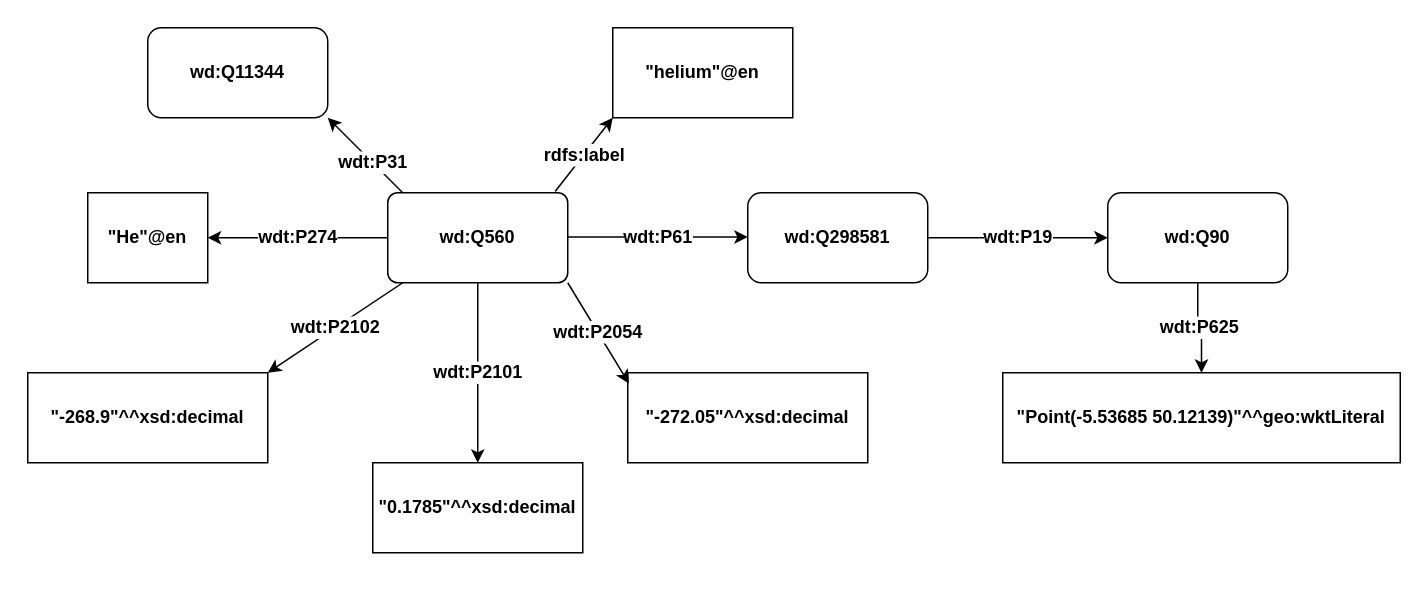
The draw.io diagram report/images/rdf_graph.drawio in AnasShahab/querying-wikidata-with-graphQL, before the edit. Source tidied: cells renumbered, new cells numbered last; positions are measured from the earlier drawing's top-left corner, leaving out a move shared by most shapes. Both pictures are drawn from the tidied source at 150%, with x=0, y=0 at pixel (27, 27).
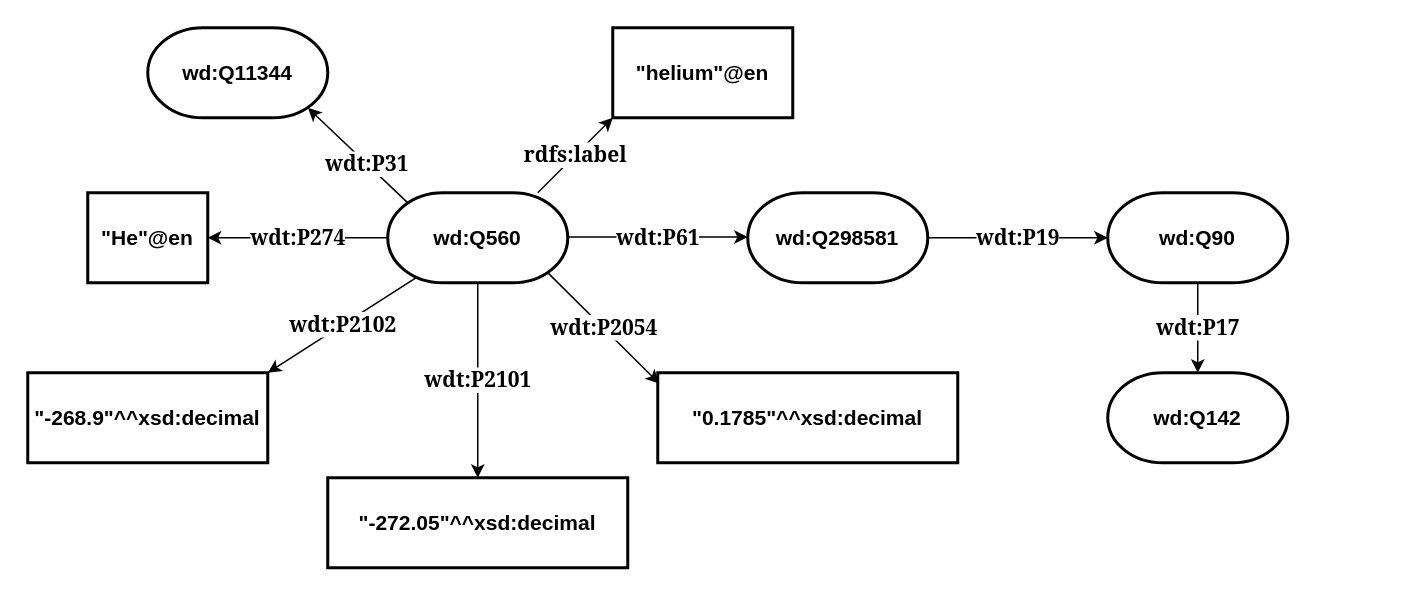
The same diagram, later.

Change to the diagram source:
```diff
@@
-    <mxCell id="2" value="&lt;b&gt;wdt:P2101&lt;/b&gt;" style="edgeStyle=orthogonalEdgeStyle;rounded=0;jettySize=auto;html=1;fontSize=12;" parent="1" edge="1" source="4" target="9">
+    <mxCell id="2" value="&lt;b&gt;&lt;font face=&quot;Georgia&quot; style=&quot;font-size: 14px;&quot;&gt;wdt:P2101&lt;/font&gt;&lt;/b&gt;" style="edgeStyle=orthogonalEdgeStyle;rounded=0;jettySize=auto;html=1;fontSize=12;" parent="1" edge="1" source="4" target="9">
       <mxGeometry relative="1" as="geometry" />
     </mxCell>
-    <mxCell id="3" value="&lt;b&gt;wdt:P61&lt;/b&gt;" style="edgeStyle=orthogonalEdgeStyle;rounded=0;orthogonalLoop=1;jettySize=auto;html=1;fontSize=12;" parent="1" edge="1">
+    <mxCell id="3" value="&lt;b&gt;&lt;font face=&quot;Georgia&quot; style=&quot;font-size: 14px;&quot;&gt;wdt:P61&lt;/font&gt;&lt;/b&gt;" style="edgeStyle=orthogonalEdgeStyle;rounded=0;orthogonalLoop=1;jettySize=auto;html=1;fontSize=12;" parent="1" edge="1">
       <mxGeometry relative="1" as="geometry">
         <mxPoint x="360" y="139.5" as="sourcePoint" />
         <mxPoint x="480" y="139.5" as="targetPoint" />
       </mxGeometry>
     </mxCell>
-    <mxCell id="4" value="&lt;b&gt;wd:Q560&lt;/b&gt;" style="rounded=1;whiteSpace=wrap;html=1;arcSize=11;" parent="1" vertex="1">
+    <mxCell id="4" value="&lt;b&gt;&lt;font style=&quot;font-size: 14px;&quot;&gt;wd:Q560&lt;/font&gt;&lt;/b&gt;" style="strokeWidth=2;html=1;shape=mxgraph.flowchart.terminator;whiteSpace=wrap;" parent="1" vertex="1">
       <mxGeometry x="240" y="110" width="120" height="60" as="geometry" />
     </mxCell>
-    <mxCell id="5" value="&lt;b&gt;&quot;He&quot;@en&lt;/b&gt;" style="rounded=0;whiteSpace=wrap;html=1;" parent="1" vertex="1">
+    <mxCell id="5" value="&lt;b&gt;&lt;font style=&quot;font-size: 14px;&quot;&gt;&quot;He&quot;@en&lt;/font&gt;&lt;/b&gt;" style="rounded=0;whiteSpace=wrap;html=1;strokeWidth=2;" parent="1" vertex="1">
       <mxGeometry x="40" y="110" width="80" height="60" as="geometry" />
     </mxCell>
-    <mxCell id="6" value="&lt;b&gt;wd:Q11344&lt;/b&gt;" style="rounded=1;whiteSpace=wrap;html=1;" parent="1" vertex="1">
+    <mxCell id="6" value="&lt;b&gt;&lt;font style=&quot;font-size: 14px;&quot;&gt;wd:Q11344&lt;/font&gt;&lt;/b&gt;" style="strokeWidth=2;html=1;shape=mxgraph.flowchart.terminator;whiteSpace=wrap;" parent="1" vertex="1">
       <mxGeometry x="80" width="120" height="60" as="geometry" />
     </mxCell>
-    <mxCell id="7" value="&lt;b&gt;&quot;-268.9&quot;^^xsd:decimal&lt;/b&gt;" style="rounded=0;whiteSpace=wrap;html=1;" parent="1" vertex="1">
+    <mxCell id="7" value="&lt;b&gt;&lt;font style=&quot;font-size: 14px;&quot;&gt;&quot;-268.9&quot;^^xsd:decimal&lt;/font&gt;&lt;/b&gt;" style="rounded=0;whiteSpace=wrap;html=1;strokeWidth=2;" parent="1" vertex="1">
       <mxGeometry y="230" width="160" height="60" as="geometry" />
     </mxCell>
-    <mxCell id="8" value="&lt;b&gt;&quot;-272.05&quot;^^xsd:decimal&lt;/b&gt;" style="rounded=0;whiteSpace=wrap;html=1;" parent="1" vertex="1">
-      <mxGeometry x="400" y="230" width="160" height="60" as="geometry" />
+    <mxCell id="8" value="&lt;b style=&quot;border-color: var(--border-color);&quot;&gt;&lt;font style=&quot;border-color: var(--border-color); font-size: 14px;&quot;&gt;&quot;0.1785&quot;^^xsd:decimal&lt;br style=&quot;border-color: var(--border-color);&quot;&gt;&lt;/font&gt;&lt;/b&gt;" style="rounded=0;whiteSpace=wrap;html=1;strokeWidth=2;" parent="1" vertex="1">
+      <mxGeometry x="420" y="230" width="200" height="60" as="geometry" />
     </mxCell>
-    <mxCell id="9" value="&lt;b&gt;&quot;0.1785&quot;^^xsd:decimal&lt;/b&gt;" style="rounded=0;whiteSpace=wrap;html=1;" parent="1" vertex="1">
-      <mxGeometry x="230" y="290" width="140" height="60" as="geometry" />
+    <mxCell id="9" value="&lt;b style=&quot;border-color: var(--border-color);&quot;&gt;&lt;font style=&quot;border-color: var(--border-color); font-size: 14px;&quot;&gt;&quot;-272.05&quot;^^xsd:decimal&lt;/font&gt;&lt;/b&gt;&lt;b&gt;&lt;font style=&quot;font-size: 14px;&quot;&gt;&lt;br&gt;&lt;/font&gt;&lt;/b&gt;" style="rounded=0;whiteSpace=wrap;html=1;strokeWidth=2;" parent="1" vertex="1">
+      <mxGeometry x="200" y="300" width="200" height="60" as="geometry" />
     </mxCell>
-    <mxCell id="10" value="&lt;b&gt;wdt:P625&lt;/b&gt;" style="edgeStyle=orthogonalEdgeStyle;rounded=0;jettySize=auto;html=1;fontSize=12;" parent="1" edge="1" source="11" target="14">
+    <mxCell id="10" value="&lt;b&gt;&lt;font face=&quot;Georgia&quot; style=&quot;font-size: 14px;&quot;&gt;wdt:P17&lt;/font&gt;&lt;/b&gt;" style="edgeStyle=orthogonalEdgeStyle;rounded=0;jettySize=auto;html=1;fontSize=12;" parent="1" edge="1" source="11" target="14">
       <mxGeometry relative="1" as="geometry" />
     </mxCell>
-    <mxCell id="11" value="&lt;b&gt;wd:Q90&lt;/b&gt;" style="rounded=1;whiteSpace=wrap;html=1;" parent="1" vertex="1">
+    <mxCell id="11" value="&lt;b&gt;&lt;font style=&quot;font-size: 14px;&quot;&gt;wd:Q90&lt;/font&gt;&lt;/b&gt;" style="strokeWidth=2;html=1;shape=mxgraph.flowchart.terminator;whiteSpace=wrap;" parent="1" vertex="1">
       <mxGeometry x="720" y="110" width="120" height="60" as="geometry" />
     </mxCell>
-    <mxCell id="12" value="&lt;b&gt;wdt:P19&lt;/b&gt;" style="edgeStyle=orthogonalEdgeStyle;rounded=0;jettySize=auto;html=1;fontSize=12;" parent="1" edge="1" source="13" target="11">
+    <mxCell id="12" value="&lt;b&gt;&lt;font face=&quot;Georgia&quot; style=&quot;font-size: 14px;&quot;&gt;wdt:P19&lt;/font&gt;&lt;/b&gt;" style="edgeStyle=orthogonalEdgeStyle;rounded=0;jettySize=auto;html=1;fontSize=12;" parent="1" edge="1" source="13" target="11">
       <mxGeometry relative="1" as="geometry" />
     </mxCell>
-    <mxCell id="13" value="&lt;b&gt;wd:Q298581&lt;/b&gt;" style="rounded=1;whiteSpace=wrap;html=1;" parent="1" vertex="1">
+    <mxCell id="13" value="&lt;b&gt;&lt;font style=&quot;font-size: 14px;&quot;&gt;wd:Q298581&lt;/font&gt;&lt;/b&gt;" style="strokeWidth=2;html=1;shape=mxgraph.flowchart.terminator;whiteSpace=wrap;" parent="1" vertex="1">
       <mxGeometry x="480" y="110" width="120" height="60" as="geometry" />
     </mxCell>
-    <mxCell id="14" value="&lt;font style=&quot;background: none rgb(255 , 255 , 255)&quot;&gt;&lt;b style=&quot;font-family: sans-serif ; font-size: 12px&quot;&gt;&quot;&lt;/b&gt;&lt;font face=&quot;sans-serif&quot;&gt;&lt;b&gt;Point(-5.53685 50.12139)&lt;/b&gt;&lt;/font&gt;&lt;b style=&quot;font-family: sans-serif ; font-size: 12px&quot;&gt;&quot;^^geo:wktLiteral&lt;/b&gt;&lt;/font&gt;" style="rounded=0;whiteSpace=wrap;html=1;fontSize=12;" parent="1" vertex="1">
-      <mxGeometry x="650" y="230" width="265" height="60" as="geometry" />
+    <mxCell id="14" value="&lt;font face=&quot;sans-serif&quot;&gt;&lt;span style=&quot;font-size: 14px; background-color: rgb(255, 255, 255);&quot;&gt;&lt;b&gt;wd:Q142&lt;/b&gt;&lt;/span&gt;&lt;/font&gt;" style="strokeWidth=2;html=1;shape=mxgraph.flowchart.terminator;whiteSpace=wrap;" parent="1" vertex="1">
+      <mxGeometry x="720" y="230" width="120" height="60" as="geometry" />
     </mxCell>
-    <mxCell id="15" value="&lt;b&gt;wdt:P274&lt;/b&gt;" style="endArrow=classic;html=1;rounded=0;fontSize=12;exitX=0;exitY=0.5;exitDx=0;exitDy=0;entryX=1;entryY=0.5;entryDx=0;entryDy=0;" parent="1" edge="1" source="4" target="5">
+    <mxCell id="15" value="&lt;b&gt;&lt;font face=&quot;Georgia&quot; style=&quot;font-size: 14px;&quot;&gt;wdt:P274&lt;/font&gt;&lt;/b&gt;" style="endArrow=classic;html=1;rounded=0;fontSize=12;exitX=0;exitY=0.5;exitDx=0;exitDy=0;entryX=1;entryY=0.5;entryDx=0;entryDy=0;" parent="1" edge="1" source="4" target="5">
       <mxGeometry relative="1" as="geometry" />
     </mxCell>
-    <mxCell id="16" value="&lt;b&gt;wdt:P31&lt;/b&gt;" style="endArrow=classic;html=1;rounded=0;fontSize=12;entryX=1;entryY=1;entryDx=0;entryDy=0;" parent="1" edge="1" target="6">
-      <mxGeometry x="-0.2" relative="1" as="geometry">
-        <mxPoint x="250" y="110" as="sourcePoint" />
-      </mxGeometry>
+    <mxCell id="16" value="&lt;b&gt;&lt;font face=&quot;Georgia&quot; style=&quot;font-size: 14px;&quot;&gt;wdt:P31&lt;/font&gt;&lt;/b&gt;" style="endArrow=classic;html=1;rounded=0;fontSize=12;entryX=0.89;entryY=0.89;entryDx=0;entryDy=0;entryPerimeter=0;exitX=0.11;exitY=0.11;exitDx=0;exitDy=0;exitPerimeter=0;" parent="1" edge="1" source="4" target="6">
+      <mxGeometry x="-0.2" relative="1" as="geometry" />
     </mxCell>
-    <mxCell id="17" value="&lt;b&gt;wdt:P2102&lt;/b&gt;" style="endArrow=classic;html=1;rounded=0;fontSize=12;entryX=1;entryY=0;entryDx=0;entryDy=0;" parent="1" edge="1" target="7">
-      <mxGeometry relative="1" as="geometry">
-        <mxPoint x="250" y="170" as="sourcePoint" />
-      </mxGeometry>
+    <mxCell id="17" value="&lt;b&gt;&lt;font face=&quot;Georgia&quot; style=&quot;font-size: 14px;&quot;&gt;wdt:P2102&lt;/font&gt;&lt;/b&gt;" style="endArrow=classic;html=1;rounded=0;fontSize=12;entryX=1;entryY=0;entryDx=0;entryDy=0;exitX=0.167;exitY=0.933;exitDx=0;exitDy=0;exitPerimeter=0;" parent="1" edge="1" source="4" target="7">
+      <mxGeometry relative="1" as="geometry" />
     </mxCell>
-    <mxCell id="18" value="&lt;b&gt;wdt:P2054&lt;/b&gt;" style="endArrow=classic;html=1;rounded=0;fontSize=12;exitX=1;exitY=1;exitDx=0;exitDy=0;entryX=0.005;entryY=0.12;entryDx=0;entryDy=0;entryPerimeter=0;" parent="1" edge="1" source="4" target="8">
+    <mxCell id="18" value="&lt;b&gt;&lt;font face=&quot;Georgia&quot; style=&quot;font-size: 14px;&quot;&gt;wdt:P2054&lt;/font&gt;&lt;/b&gt;" style="endArrow=classic;html=1;rounded=0;fontSize=12;exitX=0.89;exitY=0.89;exitDx=0;exitDy=0;entryX=0.005;entryY=0.12;entryDx=0;entryDy=0;entryPerimeter=0;exitPerimeter=0;" parent="1" edge="1" source="4" target="8">
       <mxGeometry relative="1" as="geometry" />
     </mxCell>
-    <mxCell id="19" value="&lt;b&gt;&quot;helium&quot;@en&lt;/b&gt;" style="rounded=0;whiteSpace=wrap;html=1;" parent="1" vertex="1">
+    <mxCell id="19" value="&lt;b&gt;&lt;font style=&quot;font-size: 14px;&quot;&gt;&quot;helium&quot;@en&lt;/font&gt;&lt;/b&gt;" style="rounded=0;whiteSpace=wrap;html=1;strokeWidth=2;" parent="1" vertex="1">
       <mxGeometry x="390" width="120" height="60" as="geometry" />
     </mxCell>
-    <mxCell id="20" value="&lt;b&gt;&lt;font style=&quot;font-size: 12px&quot;&gt;rdfs:label&lt;/font&gt;&lt;/b&gt;" style="endArrow=classic;html=1;rounded=0;entryX=0;entryY=1;entryDx=0;entryDy=0;exitX=0.93;exitY=-0.013;exitDx=0;exitDy=0;exitPerimeter=0;" parent="1" edge="1" source="4" target="19">
-      <mxGeometry relative="1" as="geometry" />
+    <mxCell id="20" value="&lt;b&gt;&lt;font face=&quot;Georgia&quot; style=&quot;font-size: 14px;&quot;&gt;rdfs:label&lt;/font&gt;&lt;/b&gt;" style="endArrow=classic;html=1;rounded=0;entryX=0;entryY=1;entryDx=0;entryDy=0;" parent="1" edge="1" target="19">
+      <mxGeometry relative="1" as="geometry">
+        <mxPoint x="340" y="110" as="sourcePoint" />
+      </mxGeometry>
     </mxCell>
```
